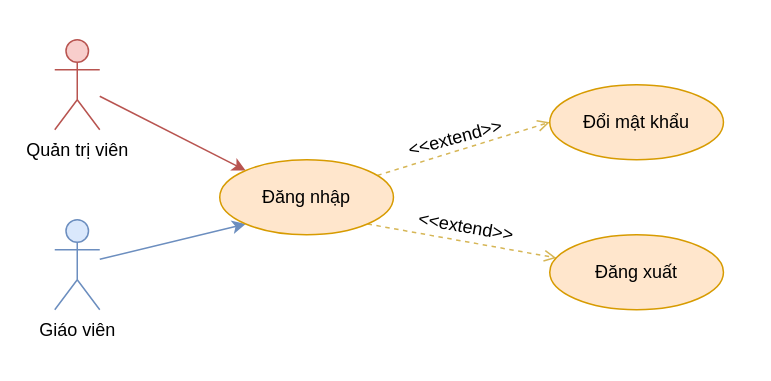
Earlier version of the draw.io diagram Documents/draw/usecase/phan-ra/phan-ra-dang-nhap.drawio (copecute/do-an-tot-nghiep). Source tidied: cells renumbered, new cells numbered last; positions are measured from the earlier drawing's top-left corner, leaving out a move shared by most shapes. Both pictures are drawn from the tidied source at 150%, with x=0, y=0 at pixel (54, 39).
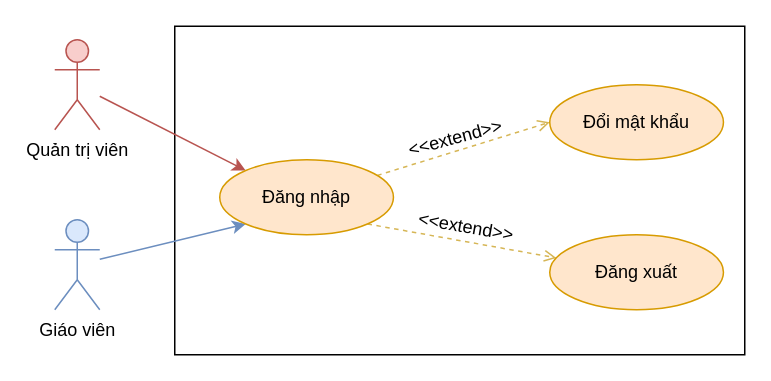
Above is the later version.

Change to the diagram source:
```diff
@@
 <mxGraphModel>
   <root>
     <mxCell id="0" />
     <mxCell id="1" parent="0" />
+    <mxCell id="13" style="rounded=0;whiteSpace=wrap;html=1;" parent="1" vertex="1">
+      <mxGeometry x="80" y="-9" width="380" height="219" as="geometry" />
+    </mxCell>
     <mxCell id="2" style="rounded=0;jettySize=auto;html=1;entryX=0;entryY=0;entryDx=0;entryDy=0;fillColor=#f8cecc;strokeColor=#b85450;" parent="1" edge="1" source="3" target="8">
       <mxGeometry relative="1" as="geometry" />
     </mxCell>
     <mxCell id="3" value="Quản trị viên" style="shape=umlActor;verticalLabelPosition=bottom;verticalAlign=top;html=1;outlineConnect=0;fillColor=#f8cecc;strokeColor=#b85450;" parent="1" vertex="1">
       <mxGeometry width="30" height="60" as="geometry" />
     </mxCell>
     <mxCell id="4" style="rounded=0;jettySize=auto;html=1;entryX=0;entryY=1;entryDx=0;entryDy=0;fillColor=#dae8fc;strokeColor=#6c8ebf;" parent="1" edge="1" source="5" target="8">
       <mxGeometry relative="1" as="geometry" />
     </mxCell>
     <mxCell id="5" value="Giáo viên" style="shape=umlActor;verticalLabelPosition=bottom;verticalAlign=top;html=1;outlineConnect=0;fillColor=#dae8fc;strokeColor=#6c8ebf;" parent="1" vertex="1">
       <mxGeometry y="120" width="30" height="60" as="geometry" />
     </mxCell>
     <mxCell id="6" style="rounded=0;jettySize=auto;html=1;entryX=0;entryY=0.5;entryDx=0;entryDy=0;dashed=1;fillColor=#fff2cc;strokeColor=#d6b656;endArrow=open;endFill=0;" parent="1" edge="1" source="8" target="9">
       <mxGeometry relative="1" as="geometry" />
     </mxCell>
     <mxCell id="7" style="rounded=0;jettySize=auto;html=1;exitX=1;exitY=1;exitDx=0;exitDy=0;dashed=1;fillColor=#fff2cc;strokeColor=#d6b656;endArrow=open;endFill=0;" parent="1" edge="1" source="8" target="11">
       <mxGeometry relative="1" as="geometry" />
     </mxCell>
     <mxCell id="8" value="Đăng nhập" style="ellipse;whiteSpace=wrap;html=1;fillColor=#ffe6cc;strokeColor=#d79b00;" parent="1" vertex="1">
       <mxGeometry x="110" y="80" width="115.8" height="50" as="geometry" />
     </mxCell>
     <mxCell id="9" value="Đổi mật khẩu" style="ellipse;whiteSpace=wrap;html=1;fillColor=#ffe6cc;strokeColor=#d79b00;" parent="1" vertex="1">
       <mxGeometry x="330" y="30" width="115.8" height="50" as="geometry" />
     </mxCell>
     <mxCell id="10" value="&amp;lt;&amp;lt;extend&amp;gt;&amp;gt;" style="text;html=1;align=center;verticalAlign=middle;strokeColor=none;fillColor=none;rotation=-15;" parent="1" vertex="1">
       <mxGeometry x="221.8" y="51" width="90" height="30" as="geometry" />
     </mxCell>
     <mxCell id="11" value="Đăng xuất" style="ellipse;whiteSpace=wrap;html=1;fillColor=#ffe6cc;strokeColor=#d79b00;" parent="1" vertex="1">
       <mxGeometry x="330" y="130" width="115.8" height="50" as="geometry" />
     </mxCell>
     <mxCell id="12" value="&amp;lt;&amp;lt;extend&amp;gt;&amp;gt;" style="text;html=1;align=center;verticalAlign=middle;strokeColor=none;fillColor=none;rotation=10;" parent="1" vertex="1">
       <mxGeometry x="228.8" y="110" width="90" height="30" as="geometry" />
     </mxCell>
   </root>
 </mxGraphModel>
```
